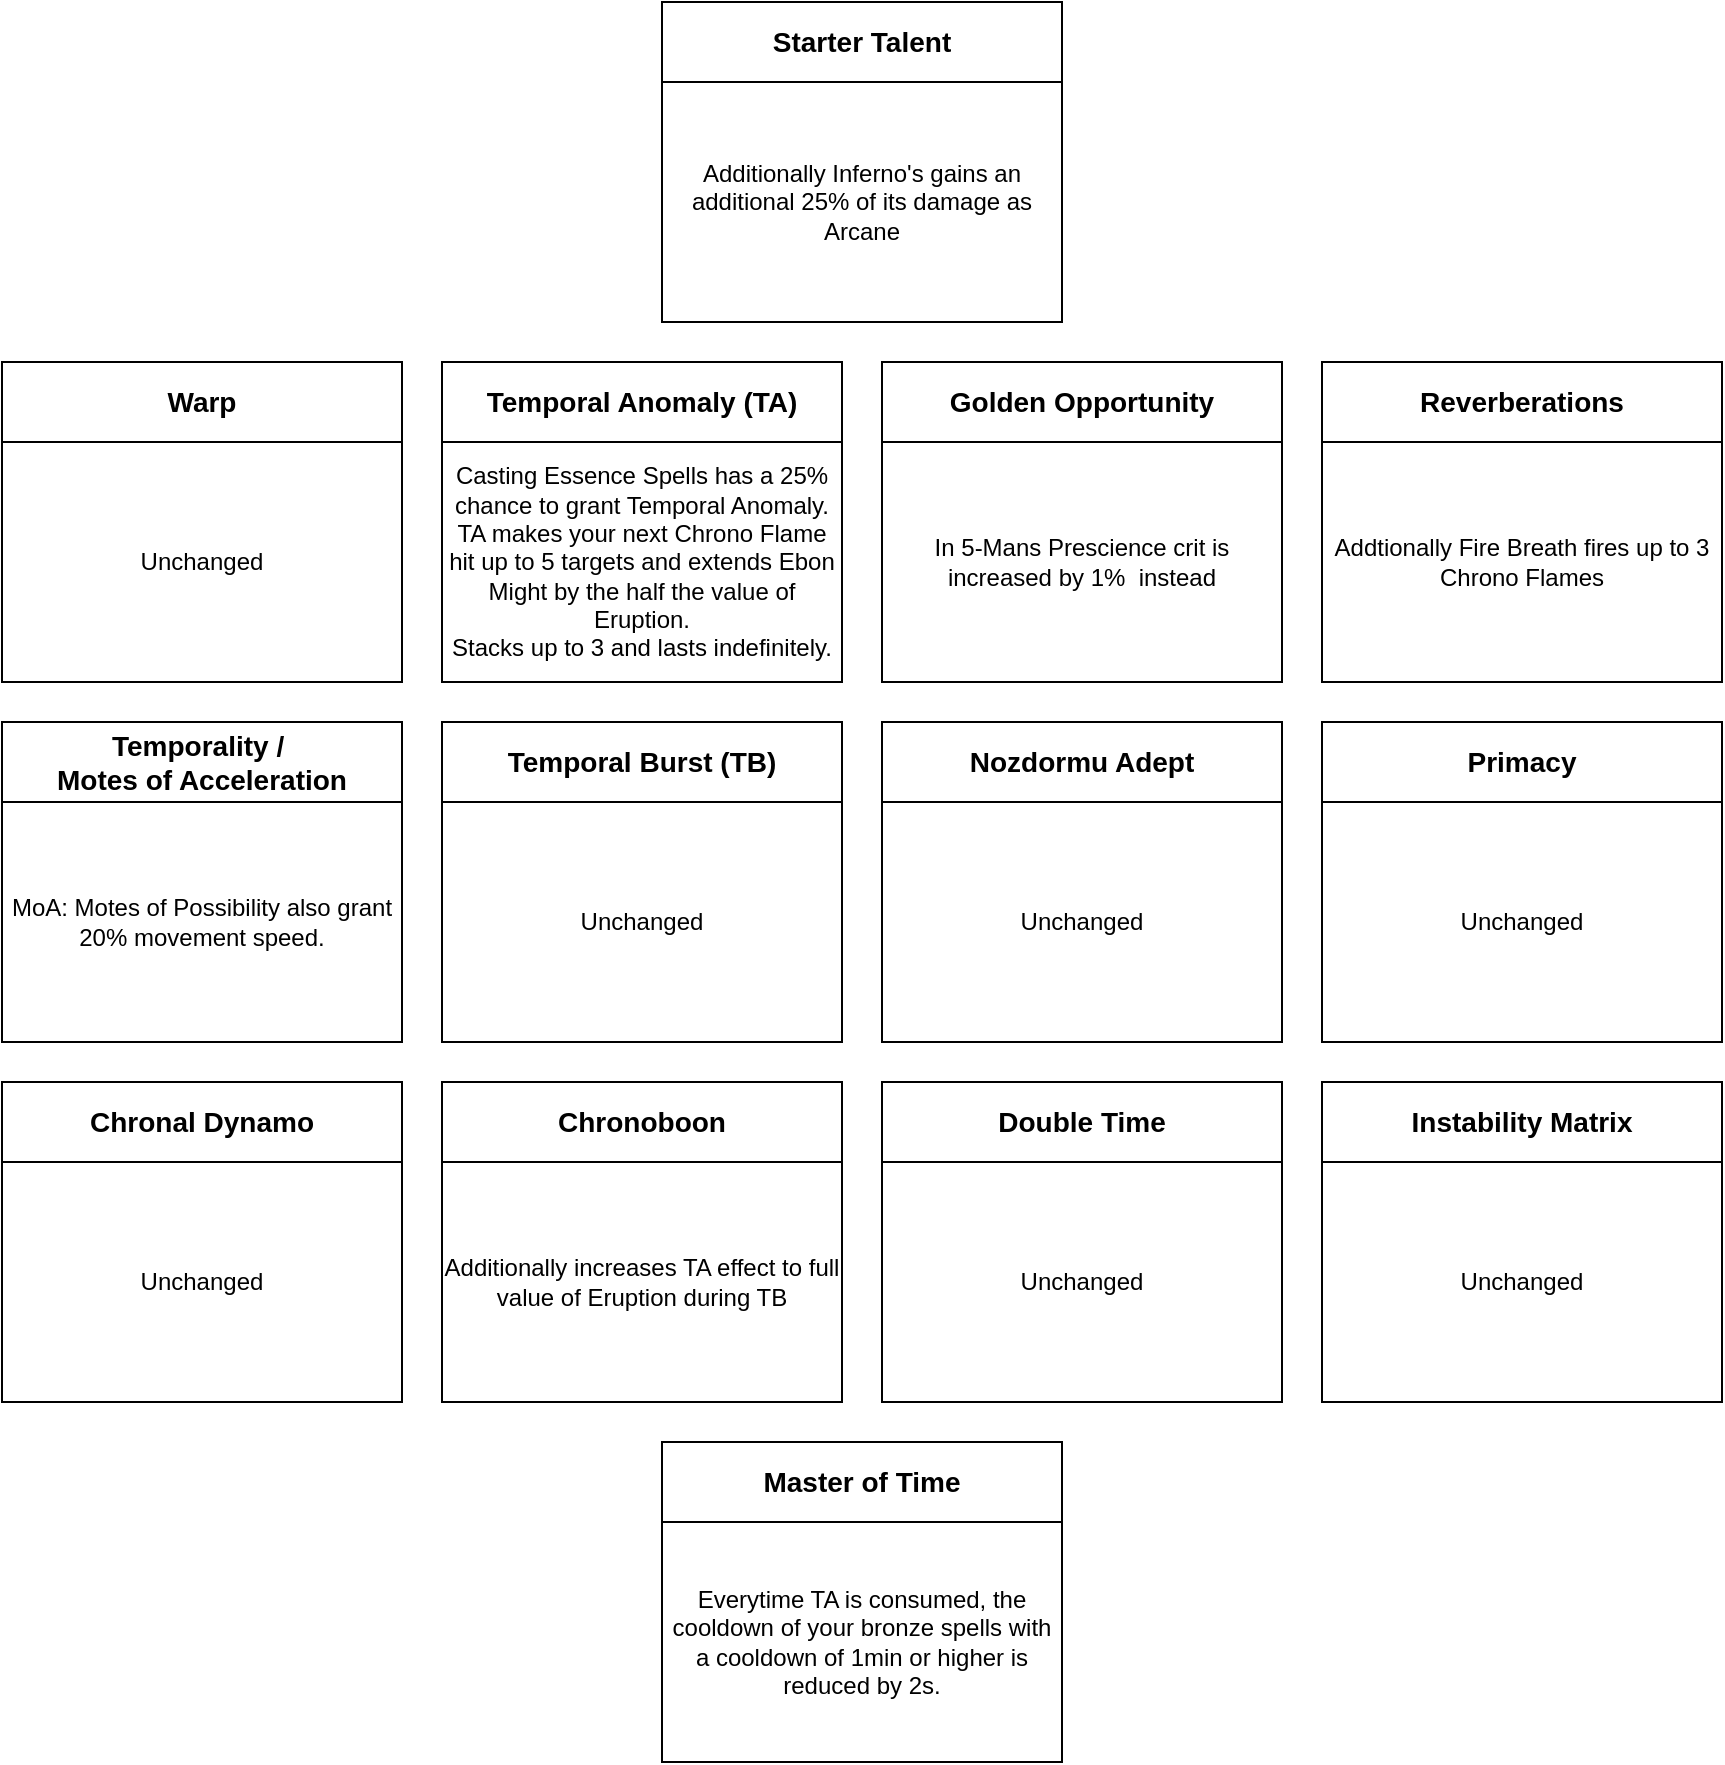
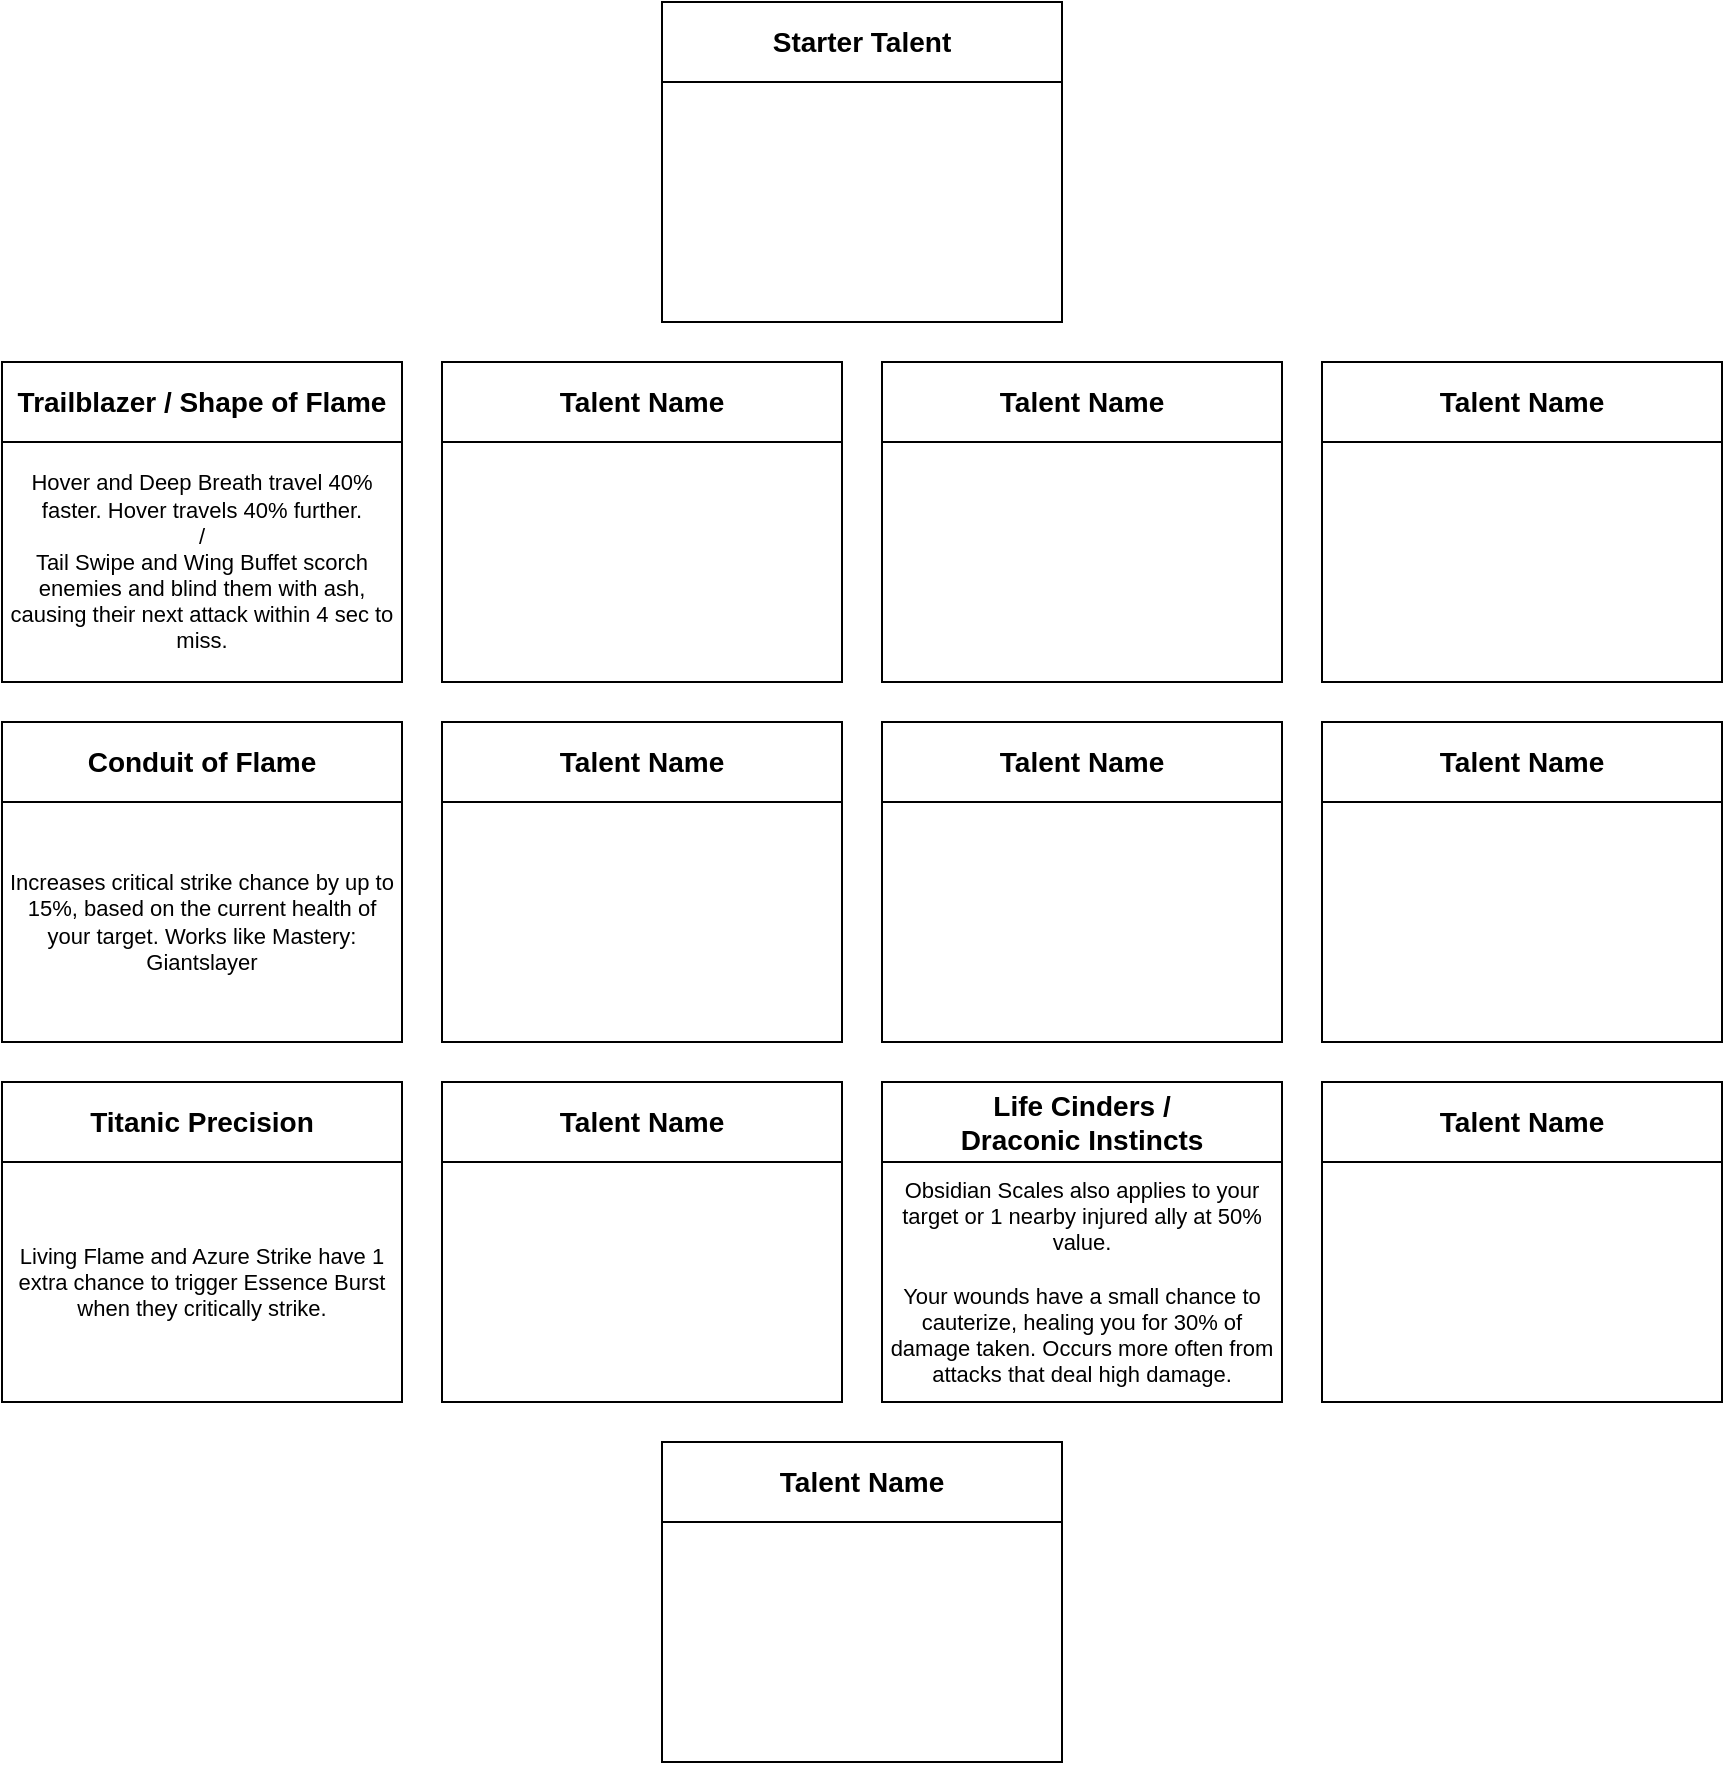
<mxfile host="app.diagrams.net" agent="Mozilla/5.0 (Windows NT 10.0; Win64; x64) AppleWebKit/537.36 (KHTML, like Gecko) Chrome/147.0.0.0 Safari/537.36 OPR/131.0.0.0" version="29.6.3">
  <diagram name="Page-1" id="7-C3C0MTsYJN3mklHAE3">
    <mxGraphModel dx="1628" dy="898" grid="1" gridSize="10" guides="1" tooltips="1" connect="1" arrows="1" fold="1" page="1" pageScale="1" pageWidth="850" pageHeight="1100" math="0" shadow="0">
      <root>
        <mxCell id="0" />
        <mxCell id="1" parent="0" />
        <mxCell id="CbpXHZAzieputpjHQbmu-1" parent="1" style="rounded=0;whiteSpace=wrap;html=1;fontColor=light-dark(#000000,#FFFFFF);" value="&lt;b&gt;&lt;font style=&quot;font-size: 14px;&quot;&gt;Starter Talent&lt;/font&gt;&lt;/b&gt;" vertex="1">
          <mxGeometry height="40" width="200" x="330" y="80" as="geometry" />
        </mxCell>
-         <mxCell id="CbpXHZAzieputpjHQbmu-6" parent="1" style="rounded=0;whiteSpace=wrap;html=1;verticalAlign=middle;" value="Additionally Inferno&#39;s gains an additional 25% of its damage as Arcane" vertex="1">
+         <mxCell id="CbpXHZAzieputpjHQbmu-6" parent="1" style="rounded=0;whiteSpace=wrap;html=1;verticalAlign=middle;fontSize=11;" value="" vertex="1">
          <mxGeometry height="120" width="200" x="330" y="120" as="geometry" />
        </mxCell>
-         <mxCell id="CbpXHZAzieputpjHQbmu-7" parent="1" style="rounded=0;whiteSpace=wrap;html=1;fontColor=light-dark(#000000,#FFFFFF);" value="&lt;b&gt;&lt;font style=&quot;font-size: 14px;&quot;&gt;Temporal Burst (TB)&lt;/font&gt;&lt;/b&gt;" vertex="1">
+         <mxCell id="CbpXHZAzieputpjHQbmu-7" parent="1" style="rounded=0;whiteSpace=wrap;html=1;fontColor=light-dark(#000000,#FFFFFF);" value="&lt;b style=&quot;font-size: 14px;&quot;&gt;Talent Name&lt;/b&gt;" vertex="1">
          <mxGeometry height="40" width="200" x="220" y="440" as="geometry" />
        </mxCell>
-         <mxCell id="CbpXHZAzieputpjHQbmu-8" parent="1" style="rounded=0;whiteSpace=wrap;html=1;" value="Unchanged" vertex="1">
+         <mxCell id="CbpXHZAzieputpjHQbmu-8" parent="1" style="rounded=0;whiteSpace=wrap;html=1;fontSize=11;" value="" vertex="1">
          <mxGeometry height="120" width="200" x="220" y="480" as="geometry" />
        </mxCell>
-         <mxCell id="CbpXHZAzieputpjHQbmu-9" parent="1" style="rounded=0;whiteSpace=wrap;html=1;" value="&lt;b&gt;&lt;font style=&quot;font-size: 14px;&quot;&gt;Warp&lt;/font&gt;&lt;/b&gt;" vertex="1">
+         <mxCell id="CbpXHZAzieputpjHQbmu-9" parent="1" style="rounded=0;whiteSpace=wrap;html=1;" value="&lt;b&gt;&lt;font style=&quot;font-size: 14px;&quot;&gt;Trailblazer / Shape of Flame&lt;/font&gt;&lt;/b&gt;" vertex="1">
          <mxGeometry height="40" width="200" y="260" as="geometry" />
        </mxCell>
-         <mxCell id="CbpXHZAzieputpjHQbmu-10" parent="1" style="rounded=0;whiteSpace=wrap;html=1;" value="Unchanged" vertex="1">
+         <mxCell id="CbpXHZAzieputpjHQbmu-10" parent="1" style="rounded=0;whiteSpace=wrap;html=1;fontSize=11;" value="Hover and Deep Breath travel 40% faster. Hover travels 40% further.&lt;div&gt;/&lt;/div&gt;&lt;div&gt;Tail Swipe and Wing Buffet scorch enemies and blind them with ash, causing their next attack within 4 sec to miss.&lt;/div&gt;" vertex="1">
          <mxGeometry height="120" width="200" y="300" as="geometry" />
        </mxCell>
-         <mxCell id="CbpXHZAzieputpjHQbmu-11" parent="1" style="rounded=0;whiteSpace=wrap;html=1;" value="&lt;b&gt;&lt;font style=&quot;font-size: 14px;&quot;&gt;Temporality /&amp;nbsp; &lt;br&gt;&lt;font style=&quot;color: light-dark(rgb(0, 0, 0), rgb(0, 127, 255));&quot;&gt;Motes of Acceleration&lt;/font&gt;&lt;/font&gt;&lt;/b&gt;" vertex="1">
+         <mxCell id="CbpXHZAzieputpjHQbmu-11" parent="1" style="rounded=0;whiteSpace=wrap;html=1;fontColor=light-dark(#000000,#FF9933);" value="&lt;span style=&quot;font-size: 14px;&quot;&gt;&lt;b&gt;Conduit of Flame&lt;/b&gt;&lt;/span&gt;" vertex="1">
          <mxGeometry height="40" width="200" y="440" as="geometry" />
        </mxCell>
-         <mxCell id="CbpXHZAzieputpjHQbmu-12" parent="1" style="rounded=0;whiteSpace=wrap;html=1;" value="MoA: Motes of Possibility also grant 20% movement speed." vertex="1">
+         <mxCell id="CbpXHZAzieputpjHQbmu-12" parent="1" style="rounded=0;whiteSpace=wrap;html=1;fontSize=11;" value="Increases critical strike chance by up to 15%, based on the current health of your target. Works like Mastery: Giantslayer" vertex="1">
          <mxGeometry height="120" width="200" y="480" as="geometry" />
        </mxCell>
-         <mxCell id="CbpXHZAzieputpjHQbmu-14" parent="1" style="rounded=0;whiteSpace=wrap;html=1;" value="&lt;span style=&quot;font-size: 14px;&quot;&gt;&lt;b&gt;Chronal Dynamo&lt;/b&gt;&lt;/span&gt;" vertex="1">
+         <mxCell id="CbpXHZAzieputpjHQbmu-14" parent="1" style="rounded=0;whiteSpace=wrap;html=1;" value="&lt;span style=&quot;font-size: 14px;&quot;&gt;&lt;b&gt;Titanic Precision&lt;/b&gt;&lt;/span&gt;" vertex="1">
          <mxGeometry height="40" width="200" y="620" as="geometry" />
        </mxCell>
-         <mxCell id="CbpXHZAzieputpjHQbmu-15" parent="1" style="rounded=0;whiteSpace=wrap;html=1;" value="Unchanged" vertex="1">
+         <mxCell id="CbpXHZAzieputpjHQbmu-15" parent="1" style="rounded=0;whiteSpace=wrap;html=1;fontSize=11;" value="&lt;div&gt;&lt;span style=&quot;background-color: transparent; color: light-dark(rgb(0, 0, 0), rgb(255, 255, 255));&quot;&gt;Living Flame and Azure Strike have 1 extra chance to trigger Essence Burst when they critically strike.&lt;/span&gt;&lt;/div&gt;" vertex="1">
          <mxGeometry height="120" width="200" y="660" as="geometry" />
        </mxCell>
-         <mxCell id="CbpXHZAzieputpjHQbmu-16" parent="1" style="rounded=0;whiteSpace=wrap;html=1;fontColor=light-dark(#000000,#00FF00);" value="&lt;span style=&quot;font-size: 14px;&quot;&gt;&lt;b&gt;Temporal Anomaly (TA)&lt;/b&gt;&lt;/span&gt;" vertex="1">
+         <mxCell id="CbpXHZAzieputpjHQbmu-16" parent="1" style="rounded=0;whiteSpace=wrap;html=1;fontColor=light-dark(#000000,#FFFFFF);" value="&lt;span style=&quot;font-size: 14px;&quot;&gt;&lt;b&gt;Talent Name&lt;/b&gt;&lt;/span&gt;" vertex="1">
          <mxGeometry height="40" width="200" x="220" y="260" as="geometry" />
        </mxCell>
-         <mxCell id="CbpXHZAzieputpjHQbmu-17" parent="1" style="rounded=0;whiteSpace=wrap;html=1;" value="Casting Essence Spells has a 25% chance to grant Temporal Anomaly. TA makes your next Chrono Flame hit up to 5 targets and extends Ebon Might by the half the value of Eruption.&lt;br&gt;Stacks up to 3 and lasts indefinitely." vertex="1">
+         <mxCell id="CbpXHZAzieputpjHQbmu-17" parent="1" style="rounded=0;whiteSpace=wrap;html=1;fontSize=11;" value="" vertex="1">
          <mxGeometry height="120" width="200" x="220" y="300" as="geometry" />
        </mxCell>
-         <mxCell id="CbpXHZAzieputpjHQbmu-18" parent="1" style="rounded=0;whiteSpace=wrap;html=1;fontColor=light-dark(#000000,#007FFF);" value="&lt;b&gt;&lt;font style=&quot;font-size: 14px;&quot;&gt;Chronoboon&lt;/font&gt;&lt;/b&gt;" vertex="1">
+         <mxCell id="CbpXHZAzieputpjHQbmu-18" parent="1" style="rounded=0;whiteSpace=wrap;html=1;fontColor=light-dark(#000000,#FFFFFF);" value="&lt;b style=&quot;font-size: 14px;&quot;&gt;Talent Name&lt;/b&gt;" vertex="1">
          <mxGeometry height="40" width="200" x="220" y="620" as="geometry" />
        </mxCell>
-         <mxCell id="CbpXHZAzieputpjHQbmu-19" parent="1" style="rounded=0;whiteSpace=wrap;html=1;" value="Additionally increases TA effect to full value of Eruption during TB" vertex="1">
+         <mxCell id="CbpXHZAzieputpjHQbmu-19" parent="1" style="rounded=0;whiteSpace=wrap;html=1;fontSize=11;" value="" vertex="1">
          <mxGeometry height="120" width="200" x="220" y="660" as="geometry" />
        </mxCell>
-         <mxCell id="CbpXHZAzieputpjHQbmu-20" parent="1" style="rounded=0;whiteSpace=wrap;html=1;fontColor=light-dark(#000000,#007FFF);" value="&lt;font style=&quot;font-size: 14px;&quot;&gt;&lt;b&gt;Golden Opportunity&lt;/b&gt;&lt;/font&gt;" vertex="1">
+         <mxCell id="CbpXHZAzieputpjHQbmu-20" parent="1" style="rounded=0;whiteSpace=wrap;html=1;fontColor=light-dark(#000000,#FFFFFF);" value="&lt;b style=&quot;font-size: 14px;&quot;&gt;Talent Name&lt;/b&gt;" vertex="1">
          <mxGeometry height="40" width="200" x="440" y="260" as="geometry" />
        </mxCell>
-         <mxCell id="CbpXHZAzieputpjHQbmu-21" parent="1" style="rounded=0;whiteSpace=wrap;html=1;" value="In 5-Mans Prescience crit is increased by 1%&amp;nbsp;&amp;nbsp;instead" vertex="1">
+         <mxCell id="CbpXHZAzieputpjHQbmu-21" parent="1" style="rounded=0;whiteSpace=wrap;html=1;fontSize=11;" value="" vertex="1">
          <mxGeometry height="120" width="200" x="440" y="300" as="geometry" />
        </mxCell>
-         <mxCell id="CbpXHZAzieputpjHQbmu-22" parent="1" style="rounded=0;whiteSpace=wrap;html=1;fontColor=light-dark(#000000,#FFFFFF);" value="&lt;b&gt;&lt;font style=&quot;font-size: 14px;&quot;&gt;Nozdormu Adept&lt;/font&gt;&lt;/b&gt;" vertex="1">
+         <mxCell id="CbpXHZAzieputpjHQbmu-22" parent="1" style="rounded=0;whiteSpace=wrap;html=1;fontColor=light-dark(#000000,#FFFFFF);" value="&lt;b style=&quot;font-size: 14px;&quot;&gt;Talent Name&lt;/b&gt;" vertex="1">
          <mxGeometry height="40" width="200" x="440" y="440" as="geometry" />
        </mxCell>
-         <mxCell id="CbpXHZAzieputpjHQbmu-23" parent="1" style="rounded=0;whiteSpace=wrap;html=1;" value="Unchanged" vertex="1">
+         <mxCell id="CbpXHZAzieputpjHQbmu-23" parent="1" style="rounded=0;whiteSpace=wrap;html=1;fontSize=11;" value="" vertex="1">
          <mxGeometry height="120" width="200" x="440" y="480" as="geometry" />
        </mxCell>
-         <mxCell id="CbpXHZAzieputpjHQbmu-24" parent="1" style="rounded=0;whiteSpace=wrap;html=1;fontColor=light-dark(#000000,#FFFFFF);" value="&lt;b&gt;&lt;font style=&quot;font-size: 14px;&quot;&gt;Double Time&lt;/font&gt;&lt;/b&gt;" vertex="1">
+         <mxCell id="CbpXHZAzieputpjHQbmu-24" parent="1" style="rounded=0;whiteSpace=wrap;html=1;fontColor=light-dark(#000000,#FFFFFF);" value="&lt;b style=&quot;font-size: 14px;&quot;&gt;Life Cinders / &lt;br&gt;Draconic Instincts&lt;/b&gt;" vertex="1">
          <mxGeometry height="40" width="200" x="440" y="620" as="geometry" />
        </mxCell>
-         <mxCell id="CbpXHZAzieputpjHQbmu-25" parent="1" style="rounded=0;whiteSpace=wrap;html=1;" value="Unchanged" vertex="1">
+         <mxCell id="CbpXHZAzieputpjHQbmu-25" parent="1" style="rounded=0;whiteSpace=wrap;html=1;fontSize=11;" value="Obsidian Scales also applies to your target or 1 nearby injured ally at 50% value.&lt;div&gt;&lt;br&gt;&lt;div&gt;Your wounds have a small chance to cauterize, healing you for 30% of damage taken. Occurs more often from attacks that deal high damage.&lt;/div&gt;&lt;/div&gt;" vertex="1">
          <mxGeometry height="120" width="200" x="440" y="660" as="geometry" />
        </mxCell>
-         <mxCell id="CbpXHZAzieputpjHQbmu-26" parent="1" style="rounded=0;whiteSpace=wrap;html=1;fontColor=light-dark(#000000,#007FFF);" value="&lt;b&gt;&lt;font style=&quot;font-size: 14px;&quot;&gt;Reverberations&lt;/font&gt;&lt;/b&gt;" vertex="1">
+         <mxCell id="CbpXHZAzieputpjHQbmu-26" parent="1" style="rounded=0;whiteSpace=wrap;html=1;fontColor=light-dark(#000000,#FFFFFF);" value="&lt;b style=&quot;font-size: 14px;&quot;&gt;Talent Name&lt;/b&gt;" vertex="1">
          <mxGeometry height="40" width="200" x="660" y="260" as="geometry" />
        </mxCell>
-         <mxCell id="CbpXHZAzieputpjHQbmu-27" parent="1" style="rounded=0;whiteSpace=wrap;html=1;" value="Addtionally Fire Breath fires up to 3 Chrono Flames" vertex="1">
+         <mxCell id="CbpXHZAzieputpjHQbmu-27" parent="1" style="rounded=0;whiteSpace=wrap;html=1;fontSize=11;" value="" vertex="1">
          <mxGeometry height="120" width="200" x="660" y="300" as="geometry" />
        </mxCell>
-         <mxCell id="CbpXHZAzieputpjHQbmu-28" parent="1" style="rounded=0;whiteSpace=wrap;html=1;fontColor=light-dark(#000000,#FFFFFF);" value="&lt;b&gt;&lt;font style=&quot;font-size: 14px;&quot;&gt;Primacy&lt;/font&gt;&lt;/b&gt;" vertex="1">
+         <mxCell id="CbpXHZAzieputpjHQbmu-28" parent="1" style="rounded=0;whiteSpace=wrap;html=1;fontColor=light-dark(#000000,#FFFFFF);" value="&lt;b style=&quot;font-size: 14px;&quot;&gt;Talent Name&lt;/b&gt;" vertex="1">
          <mxGeometry height="40" width="200" x="660" y="440" as="geometry" />
        </mxCell>
-         <mxCell id="CbpXHZAzieputpjHQbmu-29" parent="1" style="rounded=0;whiteSpace=wrap;html=1;" value="Unchanged" vertex="1">
+         <mxCell id="CbpXHZAzieputpjHQbmu-29" parent="1" style="rounded=0;whiteSpace=wrap;html=1;fontSize=11;" value="" vertex="1">
          <mxGeometry height="120" width="200" x="660" y="480" as="geometry" />
        </mxCell>
-         <mxCell id="CbpXHZAzieputpjHQbmu-30" parent="1" style="rounded=0;whiteSpace=wrap;html=1;fontColor=light-dark(#000000,#FFFFFF);" value="&lt;b&gt;&lt;font style=&quot;font-size: 14px;&quot;&gt;Instability Matrix&lt;/font&gt;&lt;/b&gt;" vertex="1">
+         <mxCell id="CbpXHZAzieputpjHQbmu-30" parent="1" style="rounded=0;whiteSpace=wrap;html=1;fontColor=light-dark(#000000,#FFFFFF);" value="&lt;b style=&quot;font-size: 14px;&quot;&gt;Talent Name&lt;/b&gt;" vertex="1">
          <mxGeometry height="40" width="200" x="660" y="620" as="geometry" />
        </mxCell>
-         <mxCell id="CbpXHZAzieputpjHQbmu-31" parent="1" style="rounded=0;whiteSpace=wrap;html=1;" value="Unchanged" vertex="1">
+         <mxCell id="CbpXHZAzieputpjHQbmu-31" parent="1" style="rounded=0;whiteSpace=wrap;html=1;fontSize=11;" value="" vertex="1">
          <mxGeometry height="120" width="200" x="660" y="660" as="geometry" />
        </mxCell>
-         <mxCell id="CbpXHZAzieputpjHQbmu-32" parent="1" style="rounded=0;whiteSpace=wrap;html=1;fontColor=light-dark(#000000,#00FF00);" value="&lt;span style=&quot;font-size: 14px;&quot;&gt;&lt;b&gt;Master of Time&lt;/b&gt;&lt;/span&gt;" vertex="1">
+         <mxCell id="CbpXHZAzieputpjHQbmu-32" parent="1" style="rounded=0;whiteSpace=wrap;html=1;fontColor=light-dark(#000000,#FFFFFF);" value="&lt;b style=&quot;font-size: 14px;&quot;&gt;Talent Name&lt;/b&gt;" vertex="1">
          <mxGeometry height="40" width="200" x="330" y="800" as="geometry" />
        </mxCell>
-         <mxCell id="CbpXHZAzieputpjHQbmu-33" parent="1" style="rounded=0;whiteSpace=wrap;html=1;verticalAlign=middle;" value="Everytime TA is consumed, the cooldown of your bronze spells with a cooldown of 1min or higher is reduced by 2s." vertex="1">
+         <mxCell id="CbpXHZAzieputpjHQbmu-33" parent="1" style="rounded=0;whiteSpace=wrap;html=1;verticalAlign=middle;fontSize=11;" value="" vertex="1">
          <mxGeometry height="120" width="200" x="330" y="840" as="geometry" />
        </mxCell>
      </root>
    </mxGraphModel>
  </diagram>
</mxfile>
